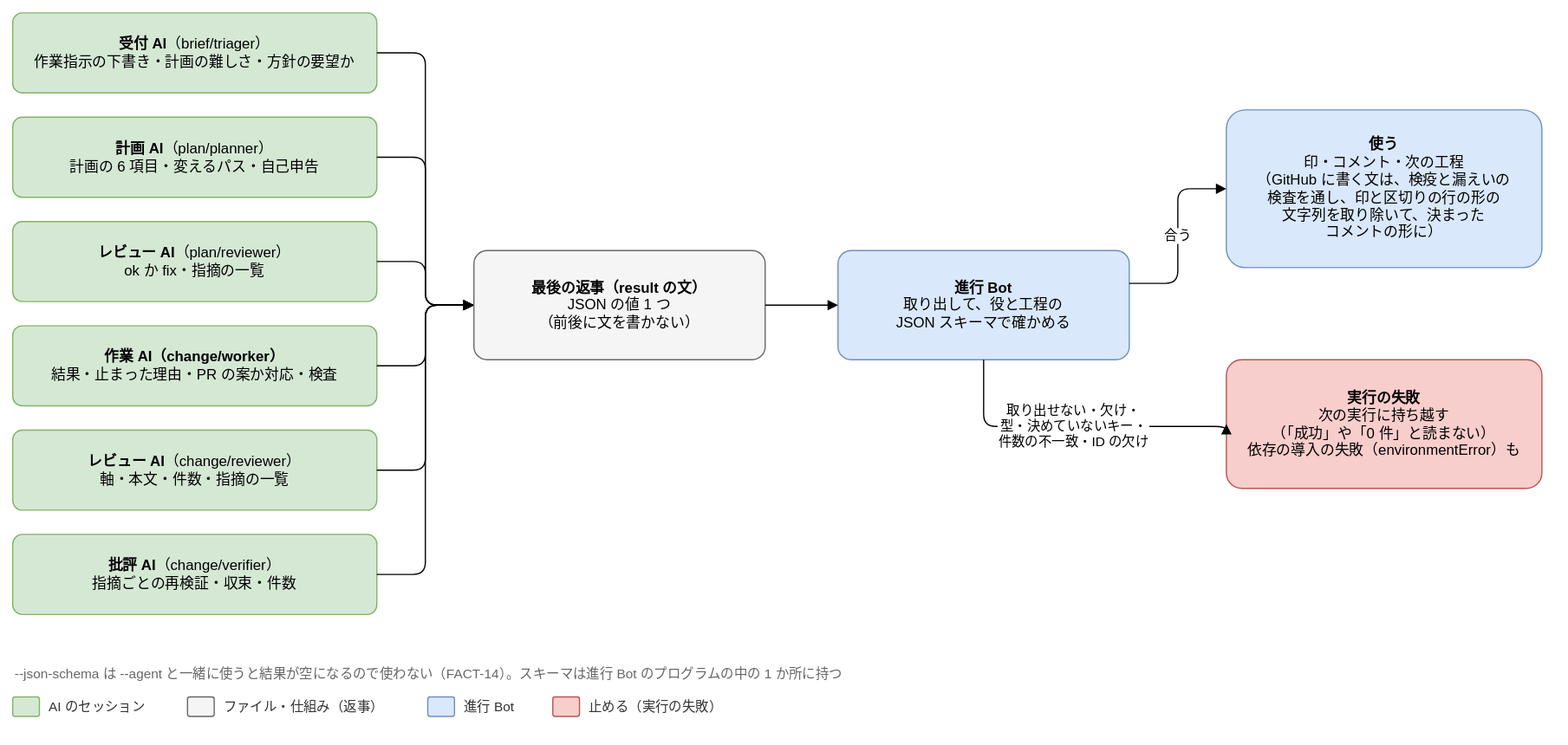
Above: docs/design/basic/diagrams/03-output-contracts.drawio.svg in Joymerrevent/dev-autopilot (draw.io), before the change. Source tidied: cells renumbered, new cells last; positions are measured from the earlier drawing's top-left corner, leaving out a move shared by most shapes.
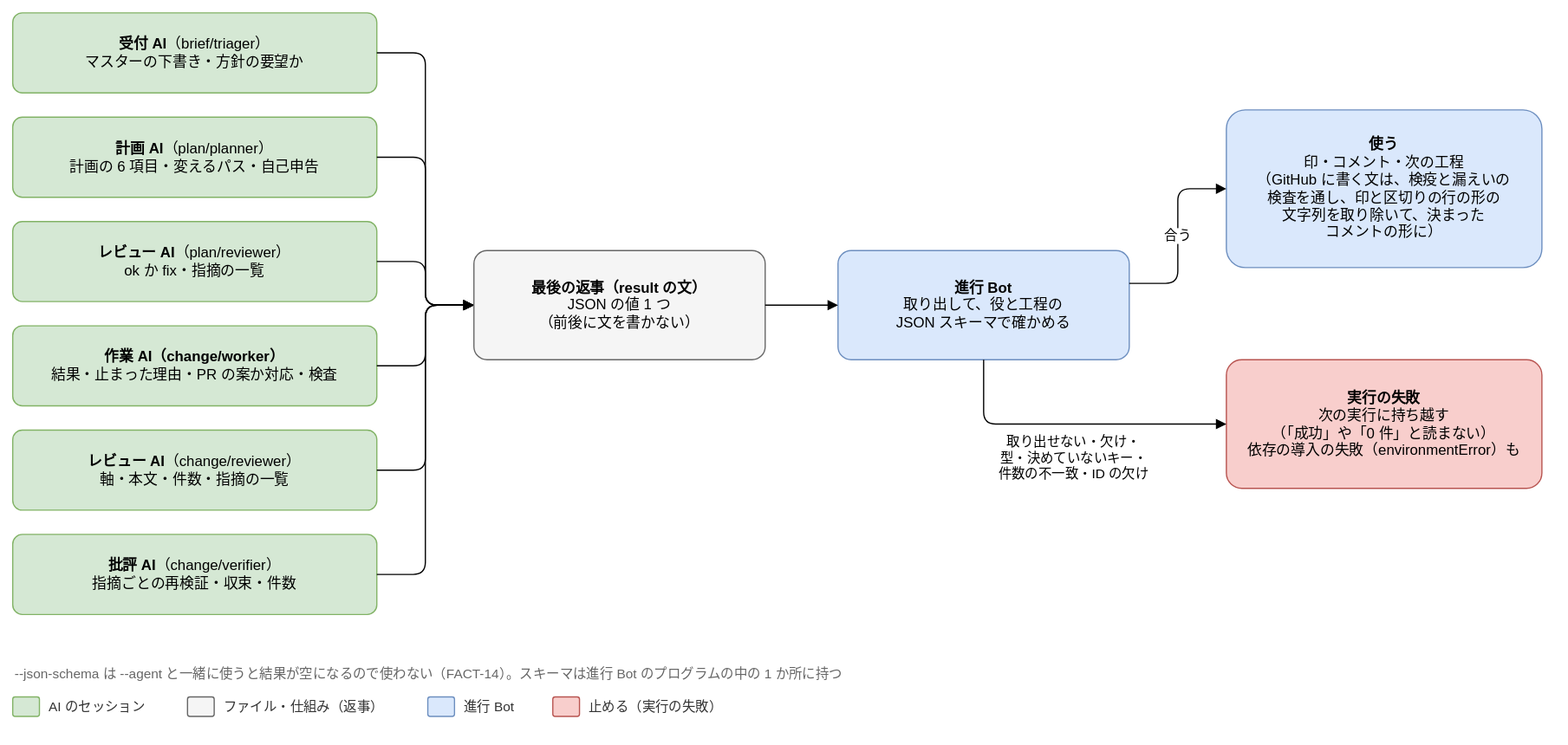
After the commit.

Commit message:
docs(design): 基本設計 03 の入力と出力契約の図を作業の単位の模型に合わせる

- 03-inputs：検疫に通すものに PR の差分と人の見出しを足し、渡さないものの除外を
  人が決めたマスターに直す。規約の正典を base ブランチから読ませることを注記に足す
- 03-output-contracts：受付 AI の箱をマスターの下書きにし、実行の失敗への線の
  2 行のラベルを線から離す。曲がり角の 2px のずれを直す

What changed in the source:
```diff
@@ -2,7 +2,7 @@
   <root>
     <mxCell id="0" />
     <mxCell id="1" parent="0" />
-    <mxCell id="2" value="&lt;b&gt;受付 AI&lt;/b&gt;（brief/triager）&lt;br&gt;作業指示の下書き・計画の難しさ・方針の要望か" style="rounded=1;whiteSpace=wrap;html=1;fontSize=12;arcSize=12;spacing=12;fillColor=#d5e8d4;strokeColor=#82b366;" parent="1" vertex="1">
+    <mxCell id="2" value="&lt;b&gt;受付 AI&lt;/b&gt;（brief/triager）&lt;br&gt;マスターの下書き・方針の要望か" style="rounded=1;whiteSpace=wrap;html=1;fontSize=12;arcSize=12;spacing=12;fillColor=#d5e8d4;strokeColor=#82b366;" parent="1" vertex="1">
       <mxGeometry width="300" height="66" as="geometry" />
     </mxCell>
     <mxCell id="3" style="edgeStyle=orthogonalEdgeStyle;rounded=1;html=1;endArrow=block;endFill=1;fontSize=11;labelBackgroundColor=#ffffff;exitX=1;exitY=0.5;exitDx=0;exitDy=0;entryX=0;entryY=0.5;entryDx=0;entryDy=0;" parent="1" edge="1" source="2" target="14">
@@ -59,8 +59,9 @@
     <mxCell id="20" value="取り出せない・欠け・&lt;br&gt;型・決めていないキー・&lt;br&gt;件数の不一致・ID の欠け" style="edgeStyle=orthogonalEdgeStyle;rounded=1;html=1;endArrow=block;endFill=1;fontSize=11;labelBackgroundColor=#ffffff;exitX=0.5;exitY=1;exitDx=0;exitDy=0;entryX=0;entryY=0.5;entryDx=0;entryDy=0;" parent="1" edge="1" source="15" target="18">
       <mxGeometry relative="1" as="geometry">
         <Array as="points">
-          <mxPoint x="800" y="341" />
+          <mxPoint x="800" y="339" />
         </Array>
+        <mxPoint y="28" as="offset" />
       </mxGeometry>
     </mxCell>
     <mxCell id="21" value="--json-schema は --agent と一緒に使うと結果が空になるので使わない（FACT-14）。スキーマは進行 Bot のプログラムの中の 1 か所に持つ" style="text;html=1;whiteSpace=wrap;align=left;verticalAlign=top;fontSize=11;fontColor=#666666;" parent="1" vertex="1">
```
